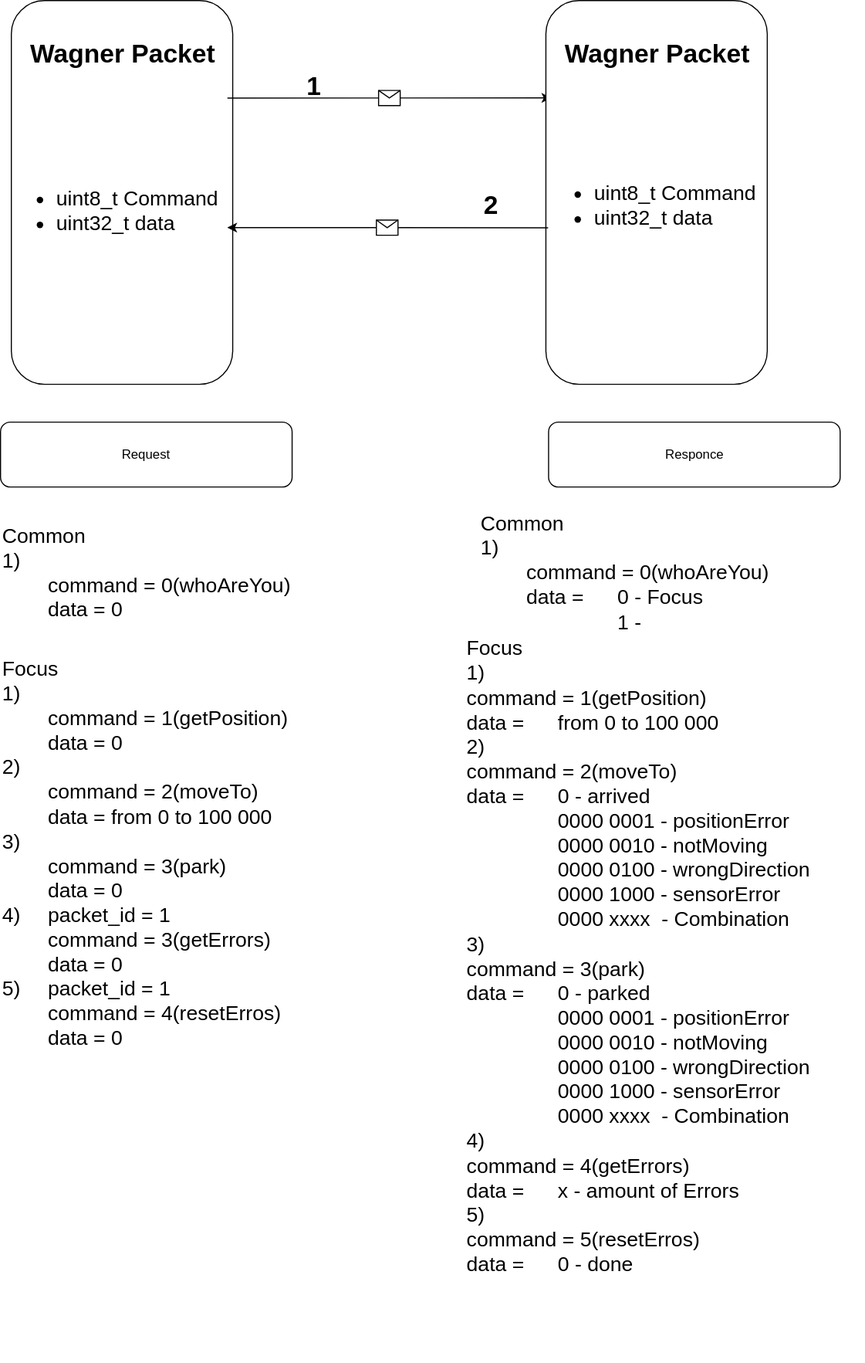
Before: WagnerPackets.svg, a diagram exported from draw.io (H4KC3R/Wagner). Source tidied: cells renumbered, new cells last; positions are measured from the earlier drawing's top-left corner, leaving out a move shared by most shapes.
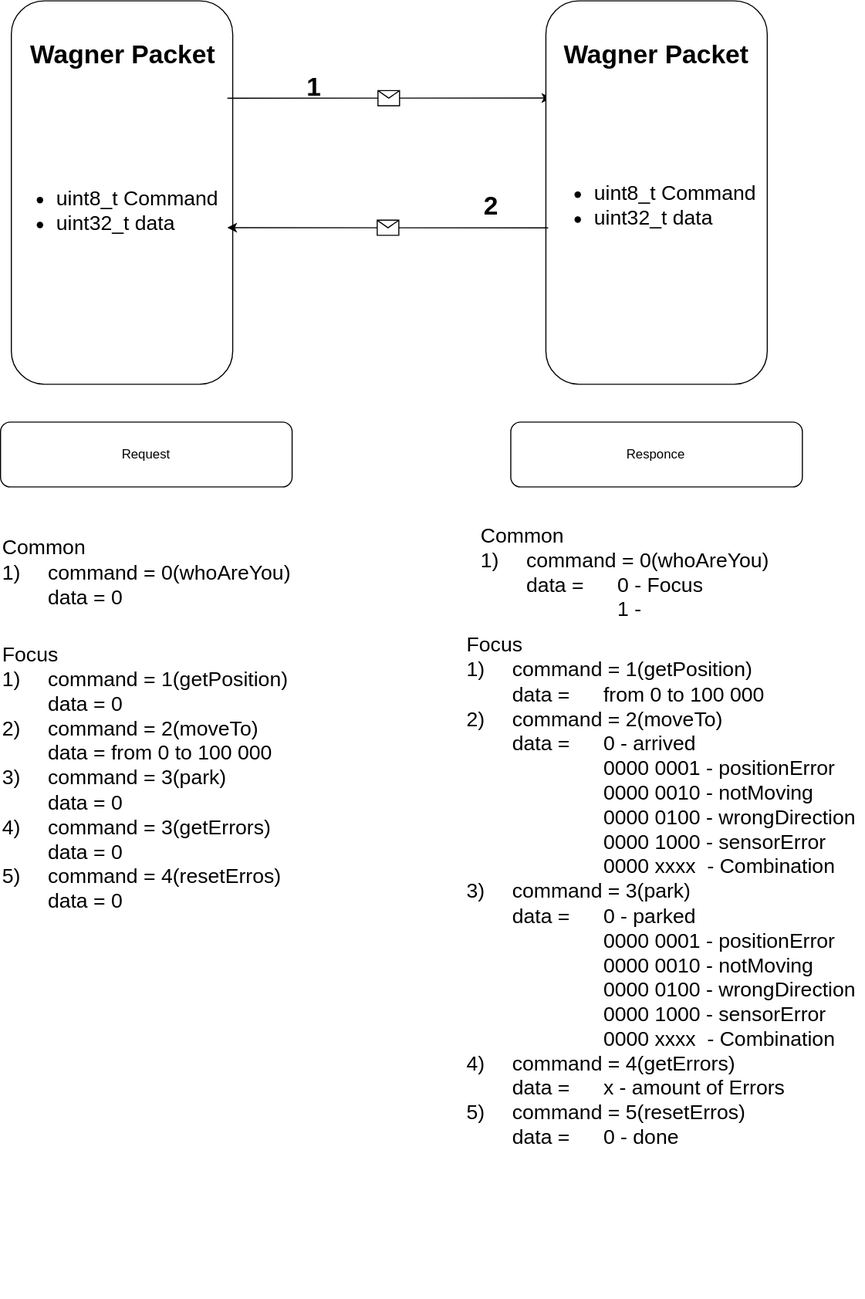
After the change.

Diff of the diagram source:
```diff
@@ -43,25 +43,25 @@
     <mxCell id="12" value="2" style="text;strokeColor=none;fillColor=none;html=1;fontSize=24;fontStyle=1;verticalAlign=middle;align=center;fontFamily=Helvetica;" parent="1" vertex="1">
       <mxGeometry x="469" y="145" width="100" height="40" as="geometry" />
     </mxCell>
-    <mxCell id="13" value="&lt;div&gt;Focus&lt;/div&gt;&lt;div&gt;1) &lt;span style=&quot;white-space: pre;&quot;&gt;&#9;&lt;/span&gt;&lt;/div&gt;&lt;div&gt;&lt;span style=&quot;background-color: initial;&quot;&gt;&lt;span style=&quot;white-space: pre;&quot;&gt;&#9;&lt;/span&gt;command = 1(getPosition)&lt;/span&gt;&lt;/div&gt;&lt;div&gt;&lt;span style=&quot;white-space: pre;&quot;&gt;&#9;&lt;/span&gt;data = 0&lt;br&gt;&lt;/div&gt;&lt;div&gt;2)&lt;span style=&quot;white-space: pre;&quot;&gt;&#9;&lt;/span&gt;&lt;/div&gt;&lt;div&gt;&lt;span style=&quot;background-color: initial;&quot;&gt;&lt;span style=&quot;white-space: pre;&quot;&gt;&#9;&lt;/span&gt;command = 2(moveTo)&lt;/span&gt;&lt;/div&gt;&lt;div&gt;&lt;span style=&quot;white-space: pre;&quot;&gt;&#9;&lt;/span&gt;data = from 0 to 100 000&lt;br&gt;&lt;/div&gt;&lt;div&gt;3) &lt;span style=&quot;white-space: pre;&quot;&gt;&#9;&lt;/span&gt;&lt;/div&gt;&lt;div&gt;&lt;span style=&quot;background-color: initial;&quot;&gt;&lt;span style=&quot;white-space: pre;&quot;&gt;&#9;&lt;/span&gt;command = 3(park)&lt;/span&gt;&lt;/div&gt;&lt;div&gt;&lt;span style=&quot;white-space: pre;&quot;&gt;&#9;&lt;/span&gt;data = 0&lt;br&gt;&lt;/div&gt;&lt;div&gt;4)&lt;span style=&quot;white-space: pre;&quot;&gt;&#9;&lt;/span&gt;packet_id = 1&lt;/div&gt;&lt;div&gt;&lt;span style=&quot;white-space: pre;&quot;&gt;&#9;&lt;/span&gt;command = 3(getErrors)&lt;br&gt;&lt;/div&gt;&lt;div&gt;&lt;span style=&quot;white-space: pre;&quot;&gt;&#9;&lt;/span&gt;data = 0&lt;br&gt;&lt;/div&gt;&lt;div&gt;5)&lt;span style=&quot;white-space: pre;&quot;&gt;&#9;&lt;/span&gt;packet_id = 1&lt;/div&gt;&lt;div&gt;&lt;span style=&quot;white-space: pre;&quot;&gt;&#9;&lt;/span&gt;command = 4(resetErros)&lt;br&gt;&lt;/div&gt;&lt;div&gt;&lt;span style=&quot;white-space: pre;&quot;&gt;&#9;&lt;/span&gt;data = 0&lt;/div&gt;" style="text;strokeColor=none;fillColor=none;html=1;whiteSpace=wrap;verticalAlign=middle;overflow=hidden;fontFamily=Helvetica;fontSize=19;" parent="1" vertex="1">
-      <mxGeometry x="65" y="485" width="330" height="560" as="geometry" />
+    <mxCell id="13" value="&lt;div&gt;Focus&lt;/div&gt;&lt;div&gt;1) &lt;span style=&quot;white-space: pre;&quot;&gt;&#9;&lt;/span&gt;&lt;span style=&quot;background-color: initial;&quot;&gt;command = 1(getPosition)&lt;/span&gt;&lt;/div&gt;&lt;div&gt;&lt;span style=&quot;white-space: pre;&quot;&gt;&#9;&lt;/span&gt;data = 0&lt;br&gt;&lt;/div&gt;&lt;div&gt;2)&lt;span style=&quot;white-space: pre;&quot;&gt;&#9;&lt;/span&gt;&lt;span style=&quot;background-color: initial;&quot;&gt;command = 2(moveTo)&lt;/span&gt;&lt;/div&gt;&lt;div&gt;&lt;span style=&quot;white-space: pre;&quot;&gt;&#9;&lt;/span&gt;data = from 0 to 100 000&lt;br&gt;&lt;/div&gt;&lt;div&gt;3) &lt;span style=&quot;white-space: pre;&quot;&gt;&#9;&lt;/span&gt;&lt;span style=&quot;background-color: initial;&quot;&gt;command = 3(park)&lt;/span&gt;&lt;/div&gt;&lt;div&gt;&lt;span style=&quot;white-space: pre;&quot;&gt;&#9;&lt;/span&gt;data = 0&lt;br&gt;&lt;/div&gt;&lt;div&gt;4)&lt;span style=&quot;white-space: pre;&quot;&gt;&#9;&lt;/span&gt;&lt;span style=&quot;background-color: initial;&quot;&gt;command = 3(getErrors)&lt;/span&gt;&lt;/div&gt;&lt;div&gt;&lt;span style=&quot;white-space: pre;&quot;&gt;&#9;&lt;/span&gt;data = 0&lt;br&gt;&lt;/div&gt;&lt;div&gt;5)&lt;span style=&quot;white-space: pre;&quot;&gt;&#9;&lt;/span&gt;&lt;span style=&quot;background-color: initial;&quot;&gt;command = 4(resetErros)&lt;/span&gt;&lt;/div&gt;&lt;div&gt;&lt;span style=&quot;white-space: pre;&quot;&gt;&#9;&lt;/span&gt;data = 0&lt;/div&gt;" style="text;strokeColor=none;fillColor=none;html=1;whiteSpace=wrap;verticalAlign=middle;overflow=hidden;fontFamily=Helvetica;fontSize=19;" parent="1" vertex="1">
+      <mxGeometry x="65" y="415" width="330" height="560" as="geometry" />
     </mxCell>
     <mxCell id="14" value="&lt;ul style=&quot;font-size: 19px;&quot;&gt;&lt;li style=&quot;font-size: 19px;&quot;&gt;&lt;span style=&quot;background-color: initial;&quot;&gt;uint8_t Command&lt;/span&gt;&lt;br&gt;&lt;/li&gt;&lt;li style=&quot;font-size: 19px;&quot;&gt;uint32_t data&lt;/li&gt;&lt;/ul&gt;" style="text;strokeColor=none;fillColor=none;html=1;whiteSpace=wrap;verticalAlign=middle;overflow=hidden;fontFamily=Helvetica;fontSize=19;" parent="1" vertex="1">
       <mxGeometry x="572.5" y="90" width="200" height="150" as="geometry" />
     </mxCell>
-    <mxCell id="15" value="&lt;div&gt;Common&lt;/div&gt;&lt;div&gt;1)&lt;span style=&quot;white-space: pre;&quot;&gt;&#9;&lt;/span&gt;&lt;/div&gt;&lt;div&gt;&lt;span style=&quot;background-color: initial;&quot;&gt;&lt;span style=&quot;white-space: pre;&quot;&gt;&#9;&lt;/span&gt;command = 0(whoAreYou)&lt;/span&gt;&lt;/div&gt;&lt;div&gt;&lt;span style=&quot;white-space: pre;&quot;&gt;&#9;&lt;/span&gt;data = 0&lt;/div&gt;" style="text;strokeColor=none;fillColor=none;html=1;whiteSpace=wrap;verticalAlign=middle;overflow=hidden;fontFamily=Helvetica;fontSize=19;" parent="1" vertex="1">
+    <mxCell id="15" value="&lt;div&gt;Common&lt;/div&gt;&lt;div&gt;1)&lt;span style=&quot;white-space: pre;&quot;&gt;&#9;&lt;/span&gt;&lt;span style=&quot;background-color: initial;&quot;&gt;command = 0(whoAreYou)&lt;/span&gt;&lt;/div&gt;&lt;div&gt;&lt;span style=&quot;white-space: pre;&quot;&gt;&#9;&lt;/span&gt;data = 0&lt;/div&gt;" style="text;strokeColor=none;fillColor=none;html=1;whiteSpace=wrap;verticalAlign=middle;overflow=hidden;fontFamily=Helvetica;fontSize=19;" parent="1" vertex="1">
       <mxGeometry x="65" y="445" width="330" height="120" as="geometry" />
     </mxCell>
     <mxCell id="16" value="Request" style="rounded=1;whiteSpace=wrap;html=1;" parent="1" vertex="1">
       <mxGeometry x="65" y="365" width="270" height="60" as="geometry" />
     </mxCell>
     <mxCell id="17" value="Responce" style="rounded=1;whiteSpace=wrap;html=1;" parent="1" vertex="1">
-      <mxGeometry x="572.5" y="365" width="270" height="60" as="geometry" />
+      <mxGeometry x="537.5" y="365" width="270" height="60" as="geometry" />
     </mxCell>
-    <mxCell id="18" value="&lt;div&gt;Focus&lt;/div&gt;&lt;div&gt;1)&amp;nbsp;&lt;/div&gt;&lt;div&gt;&lt;span style=&quot;&quot;&gt;&#9;&lt;/span&gt;command = 1(getPosition)&lt;br&gt;&lt;/div&gt;&lt;div&gt;&lt;span style=&quot;&quot;&gt;&#9;&lt;/span&gt;data = &lt;span style=&quot;white-space: pre;&quot;&gt;&#9;&lt;/span&gt;from 0 to 100 000&lt;br&gt;&lt;/div&gt;&lt;div&gt;2)&lt;span style=&quot;&quot;&gt;&#9;&lt;/span&gt;&lt;/div&gt;&lt;div&gt;&lt;span style=&quot;&quot;&gt;&#9;&lt;/span&gt;command = 2(moveTo)&lt;br&gt;&lt;/div&gt;&lt;div&gt;&lt;span style=&quot;&quot;&gt;&#9;&lt;/span&gt;data =&amp;nbsp; &lt;span style=&quot;white-space: pre;&quot;&gt;&#9;&lt;/span&gt;0 - arrived&lt;/div&gt;&lt;div&gt;&lt;span style=&quot;&quot;&gt;&#9;&lt;/span&gt;&lt;span style=&quot;&quot;&gt;&#9;&lt;/span&gt;&lt;span style=&quot;white-space: pre;&quot;&gt;&#9;&lt;/span&gt;&lt;span style=&quot;white-space: pre;&quot;&gt;&#9;&lt;/span&gt;0000 0001 - positionError&lt;br&gt;&lt;/div&gt;&lt;div&gt;&lt;span style=&quot;&quot;&gt;&#9;&lt;/span&gt;&lt;span style=&quot;&quot;&gt;&#9;&lt;/span&gt;&lt;span style=&quot;white-space: pre;&quot;&gt;&#9;&lt;/span&gt;&lt;span style=&quot;white-space: pre;&quot;&gt;&#9;&lt;/span&gt;0000 0010 - notMoving&lt;br&gt;&lt;/div&gt;&lt;div&gt;&lt;span style=&quot;&quot;&gt;&#9;&lt;/span&gt;&lt;span style=&quot;&quot;&gt;&#9;&lt;/span&gt;&lt;span style=&quot;white-space: pre;&quot;&gt;&#9;&lt;/span&gt;&lt;span style=&quot;white-space: pre;&quot;&gt;&#9;&lt;/span&gt;0000 0100 - wrongDirection&lt;span style=&quot;&quot;&gt;&#9;&lt;/span&gt;&lt;br&gt;&lt;/div&gt;&lt;div&gt;&lt;span style=&quot;&quot;&gt;&#9;&lt;/span&gt;&lt;span style=&quot;&quot;&gt;&#9;&lt;/span&gt;&lt;span style=&quot;white-space: pre;&quot;&gt;&#9;&lt;/span&gt;&lt;span style=&quot;white-space: pre;&quot;&gt;&#9;&lt;/span&gt;0000 1000 - sensorError&lt;br&gt;&lt;/div&gt;&lt;div&gt;&lt;span style=&quot;&quot;&gt;&#9;&lt;/span&gt;&lt;span style=&quot;&quot;&gt;&#9;&lt;/span&gt;&lt;span style=&quot;white-space: pre;&quot;&gt;&#9;&lt;/span&gt;&lt;span style=&quot;white-space: pre;&quot;&gt;&#9;&lt;/span&gt;0000 xxxx&amp;nbsp; - Combination&lt;br&gt;&lt;/div&gt;&lt;div&gt;3)&amp;nbsp;&lt;/div&gt;&lt;div&gt;&lt;span style=&quot;&quot;&gt;&#9;&lt;/span&gt;command = 3(park)&lt;br&gt;&lt;/div&gt;&lt;div&gt;&lt;span style=&quot;&quot;&gt;&#9;&lt;/span&gt;data = &lt;span style=&quot;white-space: pre;&quot;&gt;&#9;&lt;/span&gt;0 - parked&lt;/div&gt;&lt;div&gt;&lt;span style=&quot;&quot;&gt;&#9;&lt;/span&gt;&lt;span style=&quot;&quot;&gt;&#9;&lt;/span&gt;&lt;span style=&quot;background-color: initial;&quot;&gt;&#9;&lt;/span&gt;&lt;span style=&quot;background-color: initial;&quot;&gt;&#9;&lt;/span&gt;&lt;span style=&quot;background-color: initial;&quot;&gt;&lt;span style=&quot;white-space: pre;&quot;&gt;&#9;&lt;/span&gt;&lt;span style=&quot;white-space: pre;&quot;&gt;&#9;&lt;/span&gt;0000 0001 - positionError&lt;/span&gt;&lt;br&gt;&lt;/div&gt;&lt;div&gt;&lt;span style=&quot;&quot;&gt;&#9;&lt;/span&gt;&lt;span style=&quot;&quot;&gt;&#9;&lt;/span&gt;&lt;span style=&quot;white-space: pre;&quot;&gt;&#9;&lt;/span&gt;&lt;span style=&quot;white-space: pre;&quot;&gt;&#9;&lt;/span&gt;0000 0010 - notMoving&lt;br&gt;&lt;/div&gt;&lt;div&gt;&lt;span style=&quot;&quot;&gt;&#9;&lt;/span&gt;&lt;span style=&quot;&quot;&gt;&#9;&lt;/span&gt;&lt;span style=&quot;white-space: pre;&quot;&gt;&#9;&lt;/span&gt;&lt;span style=&quot;white-space: pre;&quot;&gt;&#9;&lt;/span&gt;0000 0100 - wrongDirection&lt;span style=&quot;&quot;&gt;&#9;&lt;/span&gt;&lt;br&gt;&lt;/div&gt;&lt;div&gt;&lt;span style=&quot;&quot;&gt;&#9;&lt;/span&gt;&lt;span style=&quot;&quot;&gt;&#9;&lt;/span&gt;&lt;span style=&quot;white-space: pre;&quot;&gt;&#9;&lt;/span&gt;&lt;span style=&quot;white-space: pre;&quot;&gt;&#9;&lt;/span&gt;0000 1000 - sensorError&lt;br&gt;&lt;/div&gt;&lt;div&gt;&lt;span style=&quot;&quot;&gt;&#9;&lt;/span&gt;&lt;span style=&quot;&quot;&gt;&#9;&lt;/span&gt;&lt;span style=&quot;white-space: pre;&quot;&gt;&#9;&lt;/span&gt;&lt;span style=&quot;white-space: pre;&quot;&gt;&#9;&lt;/span&gt;0000 xxxx&amp;nbsp; - Combination&lt;/div&gt;&lt;div&gt;4)&lt;span style=&quot;&quot;&gt;&#9;&lt;/span&gt;&lt;/div&gt;&lt;div&gt;&lt;span style=&quot;&quot;&gt;&#9;&lt;/span&gt;command = 4(getErrors)&lt;br&gt;&lt;/div&gt;&lt;div&gt;&lt;span style=&quot;&quot;&gt;&#9;&lt;/span&gt;data = &lt;span style=&quot;white-space: pre;&quot;&gt;&#9;&lt;/span&gt;x - amount of Errors&lt;/div&gt;&lt;div&gt;5)&lt;span style=&quot;&quot;&gt;&#9;&lt;/span&gt;&lt;/div&gt;&lt;div&gt;&lt;span style=&quot;&quot;&gt;&#9;&lt;/span&gt;command = 5(resetErros)&lt;br&gt;&lt;/div&gt;&lt;div&gt;&lt;span style=&quot;&quot;&gt;&#9;&lt;/span&gt;data = &lt;span style=&quot;white-space: pre;&quot;&gt;&#9;&lt;/span&gt;0 - done&lt;/div&gt;" style="text;strokeColor=none;fillColor=none;html=1;whiteSpace=wrap;verticalAlign=middle;overflow=hidden;fontFamily=Helvetica;fontSize=19;" parent="1" vertex="1">
-      <mxGeometry x="495" y="485" width="370" height="750" as="geometry" />
+    <mxCell id="18" value="&lt;div&gt;Focus&lt;/div&gt;&lt;div&gt;1)&amp;nbsp;&lt;span style=&quot;white-space: pre;&quot;&gt;&#9;&lt;/span&gt;&lt;span style=&quot;background-color: initial;&quot;&gt;command = 1(getPosition)&lt;/span&gt;&lt;/div&gt;&lt;div&gt;&lt;span style=&quot;&quot;&gt;&#9;&lt;/span&gt;&lt;span style=&quot;white-space: pre;&quot;&gt;&#9;&lt;/span&gt;data = &lt;span style=&quot;white-space: pre;&quot;&gt;&#9;&lt;/span&gt;from 0 to 100 000&lt;br&gt;&lt;/div&gt;&lt;div&gt;2)&lt;span style=&quot;white-space: pre;&quot;&gt;&#9;&lt;/span&gt;&lt;span style=&quot;background-color: initial;&quot;&gt;command = 2(moveTo)&lt;/span&gt;&lt;/div&gt;&lt;div&gt;&lt;span style=&quot;&quot;&gt;&#9;&lt;/span&gt;&lt;span style=&quot;white-space: pre;&quot;&gt;&#9;&lt;/span&gt;data =&amp;nbsp; &lt;span style=&quot;white-space: pre;&quot;&gt;&#9;&lt;/span&gt;0 - arrived&lt;/div&gt;&lt;div&gt;&lt;span style=&quot;&quot;&gt;&#9;&lt;/span&gt;&lt;span style=&quot;&quot;&gt;&#9;&lt;/span&gt;&lt;span style=&quot;white-space: pre;&quot;&gt;&#9;&lt;/span&gt;&lt;span style=&quot;white-space: pre;&quot;&gt;&#9;&lt;span style=&quot;white-space: pre;&quot;&gt;&#9;&lt;/span&gt;&lt;/span&gt;0000 0001 - positionError&lt;br&gt;&lt;/div&gt;&lt;div&gt;&lt;span style=&quot;&quot;&gt;&#9;&lt;/span&gt;&lt;span style=&quot;&quot;&gt;&#9;&lt;/span&gt;&lt;span style=&quot;white-space: pre;&quot;&gt;&#9;&lt;/span&gt;&lt;span style=&quot;white-space: pre;&quot;&gt;&#9;&lt;span style=&quot;white-space: pre;&quot;&gt;&#9;&lt;/span&gt;&lt;/span&gt;0000 0010 - notMoving&lt;br&gt;&lt;/div&gt;&lt;div&gt;&lt;span style=&quot;&quot;&gt;&#9;&lt;/span&gt;&lt;span style=&quot;&quot;&gt;&#9;&lt;/span&gt;&lt;span style=&quot;white-space: pre;&quot;&gt;&#9;&lt;/span&gt;&lt;span style=&quot;white-space: pre;&quot;&gt;&#9;&lt;span style=&quot;white-space: pre;&quot;&gt;&#9;&lt;/span&gt;&lt;/span&gt;0000 0100 - wrongDirection&lt;span style=&quot;&quot;&gt;&#9;&lt;/span&gt;&lt;br&gt;&lt;/div&gt;&lt;div&gt;&lt;span style=&quot;&quot;&gt;&#9;&lt;/span&gt;&lt;span style=&quot;&quot;&gt;&#9;&lt;/span&gt;&lt;span style=&quot;white-space: pre;&quot;&gt;&#9;&lt;/span&gt;&lt;span style=&quot;white-space: pre;&quot;&gt;&#9;&lt;span style=&quot;white-space: pre;&quot;&gt;&#9;&lt;/span&gt;&lt;/span&gt;0000 1000 - sensorError&lt;br&gt;&lt;/div&gt;&lt;div&gt;&lt;span style=&quot;&quot;&gt;&#9;&lt;/span&gt;&lt;span style=&quot;&quot;&gt;&#9;&lt;/span&gt;&lt;span style=&quot;white-space: pre;&quot;&gt;&#9;&lt;/span&gt;&lt;span style=&quot;white-space: pre;&quot;&gt;&#9;&lt;span style=&quot;white-space: pre;&quot;&gt;&#9;&lt;/span&gt;&lt;/span&gt;0000 xxxx&amp;nbsp; - Combination&lt;br&gt;&lt;/div&gt;&lt;div&gt;3)&amp;nbsp;&lt;span style=&quot;white-space: pre;&quot;&gt;&#9;&lt;/span&gt;&lt;span style=&quot;background-color: initial;&quot;&gt;command = 3(park)&lt;/span&gt;&lt;/div&gt;&lt;div&gt;&lt;span style=&quot;&quot;&gt;&#9;&lt;/span&gt;&lt;span style=&quot;white-space: pre;&quot;&gt;&#9;&lt;/span&gt;data = &lt;span style=&quot;white-space: pre;&quot;&gt;&#9;&lt;/span&gt;0 - parked&lt;/div&gt;&lt;div&gt;&lt;span style=&quot;&quot;&gt;&#9;&lt;/span&gt;&lt;span style=&quot;&quot;&gt;&#9;&lt;/span&gt;&lt;span style=&quot;background-color: initial;&quot;&gt;&#9;&lt;/span&gt;&lt;span style=&quot;background-color: initial;&quot;&gt;&#9;&lt;/span&gt;&lt;span style=&quot;background-color: initial;&quot;&gt;&lt;span style=&quot;white-space: pre;&quot;&gt;&#9;&lt;/span&gt;&lt;span style=&quot;white-space: pre;&quot;&gt;&#9;&lt;span style=&quot;white-space: pre;&quot;&gt;&#9;&lt;/span&gt;&lt;/span&gt;0000 0001 - positionError&lt;/span&gt;&lt;br&gt;&lt;/div&gt;&lt;div&gt;&lt;span style=&quot;&quot;&gt;&#9;&lt;/span&gt;&lt;span style=&quot;&quot;&gt;&#9;&lt;/span&gt;&lt;span style=&quot;white-space: pre;&quot;&gt;&#9;&lt;/span&gt;&lt;span style=&quot;white-space: pre;&quot;&gt;&#9;&lt;span style=&quot;white-space: pre;&quot;&gt;&#9;&lt;/span&gt;&lt;/span&gt;0000 0010 - notMoving&lt;br&gt;&lt;/div&gt;&lt;div&gt;&lt;span style=&quot;&quot;&gt;&#9;&lt;/span&gt;&lt;span style=&quot;&quot;&gt;&#9;&lt;/span&gt;&lt;span style=&quot;white-space: pre;&quot;&gt;&#9;&lt;/span&gt;&lt;span style=&quot;white-space: pre;&quot;&gt;&#9;&lt;span style=&quot;white-space: pre;&quot;&gt;&#9;&lt;/span&gt;&lt;/span&gt;0000 0100 - wrongDirection&lt;span style=&quot;&quot;&gt;&#9;&lt;/span&gt;&lt;br&gt;&lt;/div&gt;&lt;div&gt;&lt;span style=&quot;&quot;&gt;&#9;&lt;/span&gt;&lt;span style=&quot;&quot;&gt;&#9;&lt;/span&gt;&lt;span style=&quot;white-space: pre;&quot;&gt;&#9;&lt;/span&gt;&lt;span style=&quot;white-space: pre;&quot;&gt;&#9;&lt;span style=&quot;white-space: pre;&quot;&gt;&#9;&lt;/span&gt;&lt;/span&gt;0000 1000 - sensorError&lt;br&gt;&lt;/div&gt;&lt;div&gt;&lt;span style=&quot;&quot;&gt;&#9;&lt;/span&gt;&lt;span style=&quot;&quot;&gt;&#9;&lt;/span&gt;&lt;span style=&quot;white-space: pre;&quot;&gt;&#9;&lt;/span&gt;&lt;span style=&quot;white-space: pre;&quot;&gt;&#9;&lt;span style=&quot;white-space: pre;&quot;&gt;&#9;&lt;/span&gt;&lt;/span&gt;0000 xxxx&amp;nbsp; - Combination&lt;/div&gt;&lt;div&gt;4)&lt;span style=&quot;white-space: pre;&quot;&gt;&#9;&lt;/span&gt;&lt;span style=&quot;background-color: initial;&quot;&gt;command = 4(getErrors)&lt;/span&gt;&lt;/div&gt;&lt;div&gt;&lt;span style=&quot;&quot;&gt;&#9;&lt;/span&gt;&lt;span style=&quot;white-space: pre;&quot;&gt;&#9;&lt;/span&gt;data = &lt;span style=&quot;white-space: pre;&quot;&gt;&#9;&lt;/span&gt;x - amount of Errors&lt;/div&gt;&lt;div&gt;5)&lt;span style=&quot;white-space: pre;&quot;&gt;&#9;&lt;/span&gt;&lt;span style=&quot;background-color: initial;&quot;&gt;command = 5(resetErros)&lt;/span&gt;&lt;/div&gt;&lt;div&gt;&lt;span style=&quot;&quot;&gt;&#9;&lt;/span&gt;&lt;span style=&quot;white-space: pre;&quot;&gt;&#9;&lt;/span&gt;data = &lt;span style=&quot;white-space: pre;&quot;&gt;&#9;&lt;/span&gt;0 - done&lt;/div&gt;" style="text;strokeColor=none;fillColor=none;html=1;whiteSpace=wrap;verticalAlign=middle;overflow=hidden;fontFamily=Helvetica;fontSize=19;" parent="1" vertex="1">
+      <mxGeometry x="495" y="425" width="370" height="750" as="geometry" />
     </mxCell>
-    <mxCell id="19" value="&lt;div&gt;Common&lt;/div&gt;&lt;div&gt;1) &lt;span style=&quot;white-space: pre;&quot;&gt;&#9;&lt;/span&gt;&lt;/div&gt;&lt;div&gt;&lt;span style=&quot;white-space: pre;&quot;&gt;&#9;&lt;/span&gt;command = 0(whoAreYou)&lt;br&gt;&lt;/div&gt;&lt;div&gt;&lt;span style=&quot;white-space: pre;&quot;&gt;&#9;&lt;/span&gt;data =&lt;span style=&quot;white-space: pre;&quot;&gt;&#9;&lt;/span&gt;0 - Focus&lt;/div&gt;&lt;div&gt;&lt;span style=&quot;background-color: initial; white-space: pre;&quot;&gt;&lt;span style=&quot;white-space: pre;&quot;&gt;&#9;&lt;/span&gt;&lt;span style=&quot;white-space: pre;&quot;&gt;&#9;&lt;/span&gt;&lt;span style=&quot;white-space: pre;&quot;&gt;&#9;&lt;/span&gt;1 - &#9;&lt;/span&gt;&lt;/div&gt;" style="text;strokeColor=none;fillColor=none;html=1;whiteSpace=wrap;verticalAlign=middle;overflow=hidden;fontFamily=Helvetica;fontSize=19;" parent="1" vertex="1">
+    <mxCell id="19" value="&lt;div&gt;Common&lt;/div&gt;&lt;div&gt;1) &lt;span style=&quot;white-space: pre;&quot;&gt;&#9;&lt;/span&gt;&lt;span style=&quot;background-color: initial;&quot;&gt;command = 0(whoAreYou)&lt;/span&gt;&lt;/div&gt;&lt;div&gt;&lt;span style=&quot;white-space: pre;&quot;&gt;&#9;&lt;/span&gt;data =&lt;span style=&quot;white-space: pre;&quot;&gt;&#9;&lt;/span&gt;0 - Focus&lt;/div&gt;&lt;div&gt;&lt;span style=&quot;background-color: initial; white-space: pre;&quot;&gt;&lt;span style=&quot;white-space: pre;&quot;&gt;&#9;&lt;/span&gt;&lt;span style=&quot;white-space: pre;&quot;&gt;&#9;&lt;/span&gt;&lt;span style=&quot;white-space: pre;&quot;&gt;&#9;&lt;/span&gt;1 - &#9;&lt;/span&gt;&lt;/div&gt;" style="text;strokeColor=none;fillColor=none;html=1;whiteSpace=wrap;verticalAlign=middle;overflow=hidden;fontFamily=Helvetica;fontSize=19;" parent="1" vertex="1">
       <mxGeometry x="507.5" y="445" width="330" height="120" as="geometry" />
     </mxCell>
   </root>
```
